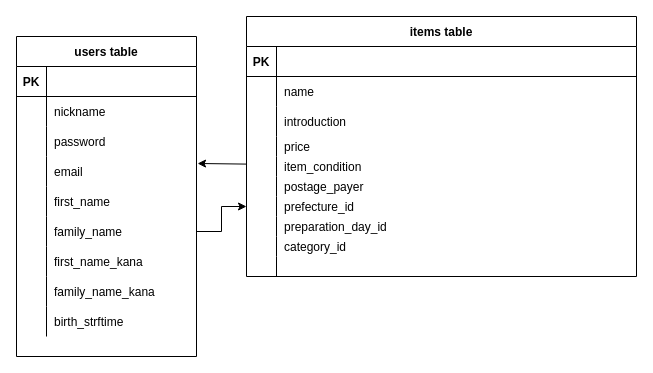
This is table.dio from masayaono/furima-32136, a draw.io file, before an edit. Source tidied: cells renumbered, new cells numbered last; positions are measured from the earlier drawing's top-left corner, leaving out a move shared by most shapes. Both pictures are drawn from the tidied source at 100%, with x=0, y=0 at pixel (16, 16).
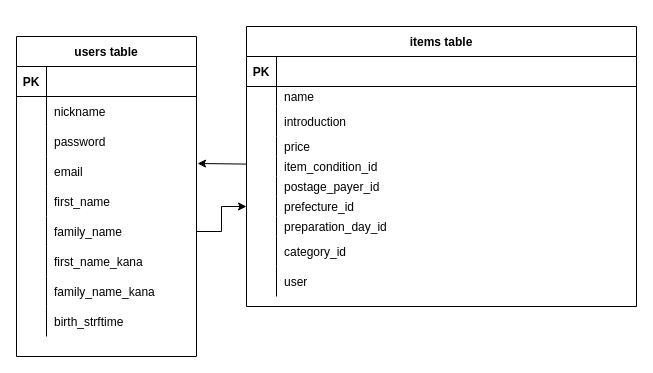
The same page after the edit.

What changed in the source:
```diff
@@
     <mxCell id="30" value="items table" style="shape=table;startSize=30;childLayout=tableLayout;rowLines=0;fontStyle=1;align=center;" parent="1" vertex="1">
-      <mxGeometry x="230" width="390" height="260" as="geometry" />
+      <mxGeometry x="230" y="10" width="390" height="280" as="geometry" />
     </mxCell>
@@
     <mxCell id="34" style="shape=partialRectangle;fillColor=none;top=0;left=0;bottom=0;right=0;" parent="30" vertex="1">
-      <mxGeometry y="60" width="390" height="30" as="geometry" />
+      <mxGeometry y="60" width="390" height="20" as="geometry" />
     </mxCell>
     <mxCell id="35" style="shape=partialRectangle;fillColor=none;top=0;left=0;bottom=0;right=0;overflow=hidden;" parent="34" vertex="1">
-      <mxGeometry width="30" height="30" as="geometry" />
+      <mxGeometry width="30" height="20" as="geometry" />
     </mxCell>
     <mxCell id="36" value="name" style="shape=partialRectangle;fillColor=none;top=0;left=0;bottom=0;right=0;align=left;spacingLeft=6;overflow=hidden;" parent="34" vertex="1">
-      <mxGeometry x="30" width="360" height="30" as="geometry" />
+      <mxGeometry x="30" width="360" height="20" as="geometry" />
     </mxCell>
     <mxCell id="37" style="shape=partialRectangle;fillColor=none;top=0;left=0;bottom=0;right=0;" parent="30" vertex="1">
-      <mxGeometry y="90" width="390" height="30" as="geometry" />
+      <mxGeometry y="80" width="390" height="30" as="geometry" />
     </mxCell>
@@
     <mxCell id="40" style="shape=partialRectangle;fillColor=none;top=0;left=0;bottom=0;right=0;" parent="30" vertex="1">
-      <mxGeometry y="120" width="390" height="20" as="geometry" />
+      <mxGeometry y="110" width="390" height="20" as="geometry" />
     </mxCell>
@@
     <mxCell id="43" style="shape=partialRectangle;fillColor=none;top=0;left=0;bottom=0;right=0;" parent="30" vertex="1">
-      <mxGeometry y="140" width="390" height="20" as="geometry" />
+      <mxGeometry y="130" width="390" height="20" as="geometry" />
     </mxCell>
@@
-    <mxCell id="45" value="item_condition" style="shape=partialRectangle;fillColor=none;top=0;left=0;bottom=0;right=0;align=left;spacingLeft=6;overflow=hidden;" parent="43" vertex="1">
+    <mxCell id="45" value="item_condition_id" style="shape=partialRectangle;fillColor=none;top=0;left=0;bottom=0;right=0;align=left;spacingLeft=6;overflow=hidden;" parent="43" vertex="1">
       <mxGeometry x="30" width="360" height="20" as="geometry" />
     </mxCell>
     <mxCell id="46" style="shape=partialRectangle;fillColor=none;top=0;left=0;bottom=0;right=0;" parent="30" vertex="1">
-      <mxGeometry y="160" width="390" height="20" as="geometry" />
+      <mxGeometry y="150" width="390" height="20" as="geometry" />
     </mxCell>
@@
-    <mxCell id="48" value="postage_payer" style="shape=partialRectangle;fillColor=none;top=0;left=0;bottom=0;right=0;align=left;spacingLeft=6;overflow=hidden;" parent="46" vertex="1">
+    <mxCell id="48" value="postage_payer_id" style="shape=partialRectangle;fillColor=none;top=0;left=0;bottom=0;right=0;align=left;spacingLeft=6;overflow=hidden;" parent="46" vertex="1">
       <mxGeometry x="30" width="360" height="20" as="geometry" />
     </mxCell>
     <mxCell id="49" style="shape=partialRectangle;fillColor=none;top=0;left=0;bottom=0;right=0;points=[[0,0.5],[1,0.5]];portConstraint=eastwest;" parent="30" vertex="1">
-      <mxGeometry y="180" width="390" height="20" as="geometry" />
+      <mxGeometry y="170" width="390" height="20" as="geometry" />
     </mxCell>
@@
     <mxCell id="52" style="shape=partialRectangle;fillColor=none;top=0;left=0;bottom=0;right=0;" parent="30" vertex="1">
-      <mxGeometry y="200" width="390" height="20" as="geometry" />
+      <mxGeometry y="190" width="390" height="20" as="geometry" />
     </mxCell>
@@
     <mxCell id="55" style="shape=partialRectangle;fillColor=none;top=0;left=0;bottom=0;right=0;" parent="30" vertex="1">
-      <mxGeometry y="220" width="390" height="20" as="geometry" />
+      <mxGeometry y="210" width="390" height="30" as="geometry" />
     </mxCell>
     <mxCell id="56" style="shape=partialRectangle;fillColor=none;top=0;left=0;bottom=0;right=0;overflow=hidden;" parent="55" vertex="1">
-      <mxGeometry width="30" height="20" as="geometry" />
+      <mxGeometry width="30" height="30" as="geometry" />
     </mxCell>
     <mxCell id="57" value="category_id" style="shape=partialRectangle;fillColor=none;top=0;left=0;bottom=0;right=0;align=left;spacingLeft=6;overflow=hidden;" parent="55" vertex="1">
-      <mxGeometry x="30" width="360" height="20" as="geometry" />
+      <mxGeometry x="30" width="360" height="30" as="geometry" />
     </mxCell>
-    <mxCell id="58" style="shape=partialRectangle;fillColor=none;top=0;left=0;bottom=0;right=0;" parent="30" vertex="1">
-      <mxGeometry y="240" width="390" height="20" as="geometry" />
-    </mxCell>
-    <mxCell id="59" style="shape=partialRectangle;fillColor=none;top=0;left=0;bottom=0;right=0;overflow=hidden;" parent="58" vertex="1">
-      <mxGeometry width="30" height="20" as="geometry" />
-    </mxCell>
-    <mxCell id="60" style="shape=partialRectangle;fillColor=none;top=0;left=0;bottom=0;right=0;align=left;spacingLeft=6;overflow=hidden;" parent="58" vertex="1">
-      <mxGeometry x="30" width="360" height="20" as="geometry" />
-    </mxCell>
+    <mxCell id="63" style="shape=partialRectangle;fillColor=none;top=0;left=0;bottom=0;right=0;" parent="30" vertex="1">
+      <mxGeometry y="240" width="390" height="30" as="geometry" />
+    </mxCell>
+    <mxCell id="64" style="shape=partialRectangle;fillColor=none;top=0;left=0;bottom=0;right=0;overflow=hidden;" parent="63" vertex="1">
+      <mxGeometry width="30" height="30" as="geometry" />
+    </mxCell>
+    <mxCell id="65" value="user" style="shape=partialRectangle;fillColor=none;top=0;left=0;bottom=0;right=0;align=left;spacingLeft=6;overflow=hidden;" parent="63" vertex="1">
+      <mxGeometry x="30" width="360" height="30" as="geometry" />
+    </mxCell>
```
